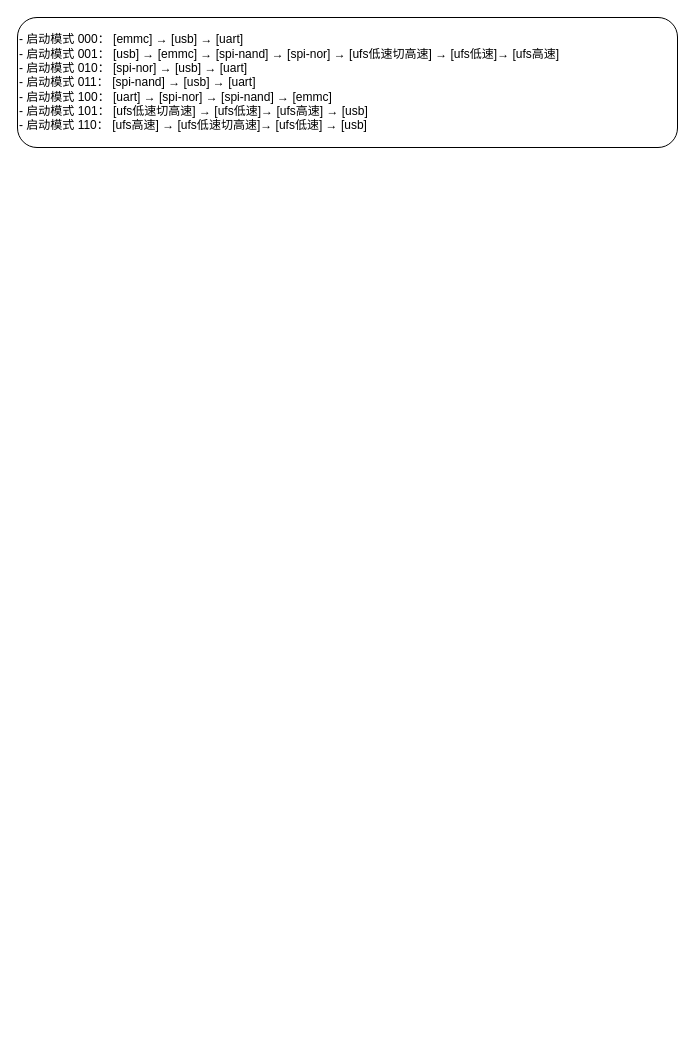
Above: page "第 1 页" (1 of 3) of UFS启动.drawio in wdhgit/drawio (draw.io), before the change. Source tidied: cells renumbered, new cells numbered last; positions are measured from the earlier drawing's top-left corner, leaving out a move shared by most shapes. Both pictures are drawn from the tidied source at 100%, with x=0, y=0 at pixel (17, 17).
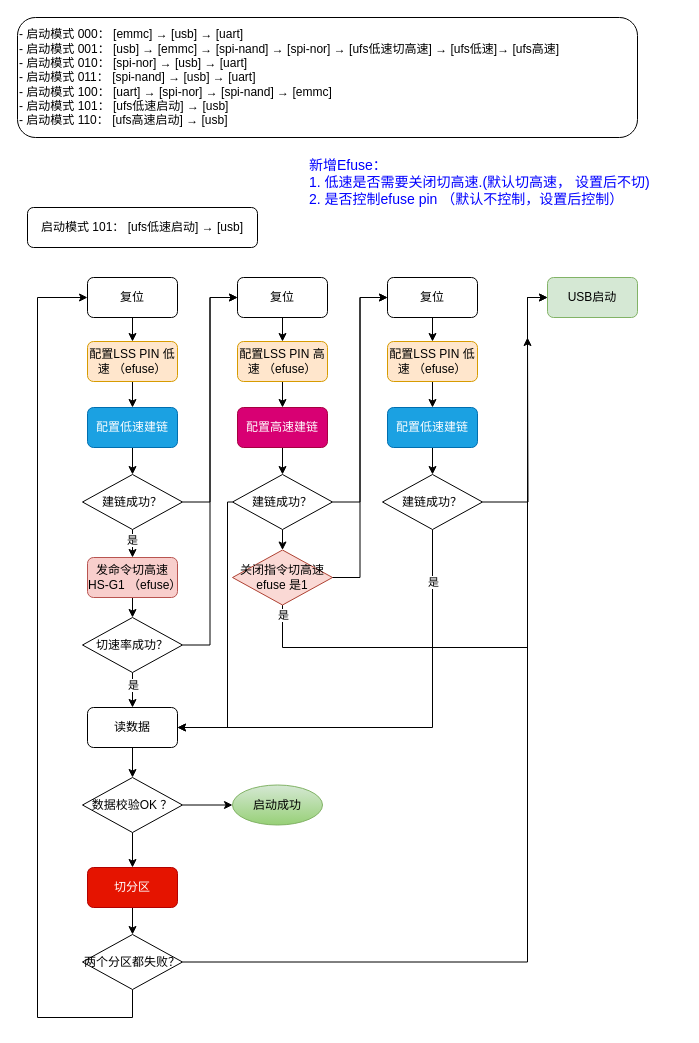
After the change.

The edit, as a diff of the source:
```diff
@@
-    <mxCell id="2" value="&lt;div&gt;-&amp;nbsp;&lt;span style=&quot;background-color: transparent; color: light-dark(rgb(0, 0, 0), rgb(255, 255, 255));&quot;&gt;启动模式&amp;nbsp;&lt;/span&gt;&lt;span style=&quot;background-color: transparent; color: light-dark(rgb(0, 0, 0), rgb(255, 255, 255));&quot;&gt;000： [emmc] → [usb] → [uart]&lt;/span&gt;&lt;/div&gt;&lt;div&gt;- 启动模式 001： [usb] → [emmc] → [spi-nand] → [spi-nor]&amp;nbsp;&lt;span style=&quot;background-color: transparent; color: light-dark(rgb(0, 0, 0), rgb(255, 255, 255));&quot;&gt;→ [ufs低速切高速]&amp;nbsp;&lt;/span&gt;&lt;span style=&quot;background-color: transparent; color: light-dark(rgb(0, 0, 0), rgb(255, 255, 255));&quot;&gt;→ [ufs&lt;/span&gt;低&lt;span style=&quot;background-color: transparent; color: light-dark(rgb(0, 0, 0), rgb(255, 255, 255));&quot;&gt;速]&lt;/span&gt;&lt;span style=&quot;background-color: transparent; color: light-dark(rgb(0, 0, 0), rgb(255, 255, 255));&quot;&gt;→ [ufs高速]&lt;/span&gt;&lt;span style=&quot;background-color: transparent; color: light-dark(rgb(0, 0, 0), rgb(255, 255, 255));&quot;&gt;&amp;nbsp;&lt;/span&gt;&lt;/div&gt;&lt;div&gt;- 启动模式 010： [spi-nor] → [usb] → [uart]&lt;/div&gt;&lt;div&gt;- 启动模式 011： [spi-nand] → [usb] → [uart]&lt;/div&gt;&lt;div&gt;- 启动模式 100： [uart] → [spi-nor] → [spi-nand] → [emmc]&lt;/div&gt;&lt;div&gt;- 启动模式 101： [ufs低速切高速] &lt;span style=&quot;background-color: transparent; color: light-dark(rgb(0, 0, 0), rgb(255, 255, 255));&quot;&gt;→ [ufs&lt;/span&gt;低&lt;span style=&quot;background-color: transparent; color: light-dark(rgb(0, 0, 0), rgb(255, 255, 255));&quot;&gt;速]&lt;/span&gt;&lt;span style=&quot;background-color: transparent; color: light-dark(rgb(0, 0, 0), rgb(255, 255, 255));&quot;&gt;→ [ufs高速]&amp;nbsp;&lt;/span&gt;&lt;span style=&quot;background-color: transparent; color: light-dark(rgb(0, 0, 0), rgb(255, 255, 255));&quot;&gt;→&amp;nbsp;&lt;/span&gt;&lt;span style=&quot;background-color: transparent; color: light-dark(rgb(0, 0, 0), rgb(255, 255, 255));&quot;&gt;[usb]&lt;/span&gt;&lt;/div&gt;&lt;div&gt;- 启动模式 110：&amp;nbsp;&lt;span style=&quot;background-color: transparent; color: light-dark(rgb(0, 0, 0), rgb(255, 255, 255));&quot;&gt;[ufs高速]&lt;/span&gt;&lt;span style=&quot;background-color: transparent; color: light-dark(rgb(0, 0, 0), rgb(255, 255, 255));&quot;&gt; &lt;/span&gt;&lt;span style=&quot;background-color: transparent; color: light-dark(rgb(0, 0, 0), rgb(255, 255, 255));&quot;&gt;→ [ufs&lt;/span&gt;低&lt;span style=&quot;background-color: transparent; color: light-dark(rgb(0, 0, 0), rgb(255, 255, 255));&quot;&gt;速切高速]&lt;/span&gt;&lt;span style=&quot;background-color: transparent; color: light-dark(rgb(0, 0, 0), rgb(255, 255, 255));&quot;&gt;→ [ufs&lt;/span&gt;低&lt;span style=&quot;background-color: transparent; color: light-dark(rgb(0, 0, 0), rgb(255, 255, 255));&quot;&gt;速] &lt;/span&gt;&lt;span style=&quot;background-color: transparent; color: light-dark(rgb(0, 0, 0), rgb(255, 255, 255));&quot;&gt;→ &lt;/span&gt;&lt;span style=&quot;background-color: transparent; color: light-dark(rgb(0, 0, 0), rgb(255, 255, 255));&quot;&gt;[usb]&lt;/span&gt;&lt;/div&gt;" style="rounded=1;whiteSpace=wrap;html=1;align=left;" parent="1" vertex="1">
-      <mxGeometry width="660" height="130" as="geometry" />
+    <mxCell id="2" value="&lt;div&gt;-&amp;nbsp;&lt;span style=&quot;background-color: transparent; color: light-dark(rgb(0, 0, 0), rgb(255, 255, 255));&quot;&gt;启动模式&amp;nbsp;&lt;/span&gt;&lt;span style=&quot;background-color: transparent; color: light-dark(rgb(0, 0, 0), rgb(255, 255, 255));&quot;&gt;000： [emmc] → [usb] → [uart]&lt;/span&gt;&lt;/div&gt;&lt;div&gt;- 启动模式 001： [usb] → [emmc] → [spi-nand] → [spi-nor]&amp;nbsp;&lt;span style=&quot;background-color: transparent; color: light-dark(rgb(0, 0, 0), rgb(255, 255, 255));&quot;&gt;→ [ufs低速切高速]&amp;nbsp;&lt;/span&gt;&lt;span style=&quot;background-color: transparent; color: light-dark(rgb(0, 0, 0), rgb(255, 255, 255));&quot;&gt;→ [ufs&lt;/span&gt;低&lt;span style=&quot;background-color: transparent; color: light-dark(rgb(0, 0, 0), rgb(255, 255, 255));&quot;&gt;速]&lt;/span&gt;&lt;span style=&quot;background-color: transparent; color: light-dark(rgb(0, 0, 0), rgb(255, 255, 255));&quot;&gt;→ [ufs高速]&lt;/span&gt;&lt;span style=&quot;background-color: transparent; color: light-dark(rgb(0, 0, 0), rgb(255, 255, 255));&quot;&gt;&amp;nbsp;&lt;/span&gt;&lt;/div&gt;&lt;div&gt;- 启动模式 010： [spi-nor] → [usb] → [uart]&lt;/div&gt;&lt;div&gt;- 启动模式 011： [spi-nand] → [usb] → [uart]&lt;/div&gt;&lt;div&gt;- 启动模式 100： [uart] → [spi-nor] → [spi-nand] → [emmc]&lt;/div&gt;&lt;div&gt;- 启动模式 101： [ufs低速启动] &lt;span style=&quot;background-color: transparent; color: light-dark(rgb(0, 0, 0), rgb(255, 255, 255));&quot;&gt;→&amp;nbsp;&lt;/span&gt;&lt;span style=&quot;background-color: transparent; color: light-dark(rgb(0, 0, 0), rgb(255, 255, 255));&quot;&gt;[usb]&lt;/span&gt;&lt;/div&gt;&lt;div&gt;- 启动模式 110：&amp;nbsp;&lt;span style=&quot;background-color: transparent; color: light-dark(rgb(0, 0, 0), rgb(255, 255, 255));&quot;&gt;[ufs高速启动]&lt;/span&gt;&lt;span style=&quot;background-color: transparent; color: light-dark(rgb(0, 0, 0), rgb(255, 255, 255));&quot;&gt; &lt;/span&gt;&lt;span style=&quot;background-color: transparent; color: light-dark(rgb(0, 0, 0), rgb(255, 255, 255));&quot;&gt;→ &lt;/span&gt;&lt;span style=&quot;background-color: transparent; color: light-dark(rgb(0, 0, 0), rgb(255, 255, 255));&quot;&gt;[usb]&lt;/span&gt;&lt;/div&gt;" style="rounded=1;whiteSpace=wrap;html=1;align=left;" parent="1" vertex="1">
+      <mxGeometry width="620" height="120" as="geometry" />
     </mxCell>
+    <mxCell id="3" value="新增Efuse：&lt;div&gt;1. 低速是否需要关闭切高速.(默认切高速， 设置后不切)&lt;/div&gt;&lt;div&gt;2. 是否控制efuse pin （默认不控制，设置后控制）&lt;/div&gt;" style="text;html=1;whiteSpace=wrap;strokeColor=none;fillColor=none;align=left;verticalAlign=middle;rounded=0;fontColor=#0000FF;fontSize=14;" parent="1" vertex="1">
+      <mxGeometry x="290" y="140" width="374" height="50" as="geometry" />
+    </mxCell>
+    <mxCell id="4" style="edgeStyle=orthogonalEdgeStyle;rounded=0;jettySize=auto;html=1;exitX=0.5;exitY=1;exitDx=0;exitDy=0;entryX=0.5;entryY=0;entryDx=0;entryDy=0;" parent="1" edge="1" source="5" target="9">
+      <mxGeometry relative="1" as="geometry" />
+    </mxCell>
+    <mxCell id="5" value="复位" style="rounded=1;whiteSpace=wrap;html=1;" parent="1" vertex="1">
+      <mxGeometry x="70" y="260" width="90" height="40" as="geometry" />
+    </mxCell>
+    <mxCell id="6" style="edgeStyle=orthogonalEdgeStyle;rounded=0;jettySize=auto;html=1;exitX=0.5;exitY=1;exitDx=0;exitDy=0;entryX=0.5;entryY=0;entryDx=0;entryDy=0;" parent="1" edge="1" source="7" target="15">
+      <mxGeometry relative="1" as="geometry" />
+    </mxCell>
+    <mxCell id="7" value="配置低速建链" style="rounded=1;whiteSpace=wrap;html=1;fillColor=#1ba1e2;fontColor=#ffffff;strokeColor=#006EAF;" parent="1" vertex="1">
+      <mxGeometry x="70" y="390" width="90" height="40" as="geometry" />
+    </mxCell>
+    <mxCell id="8" style="edgeStyle=orthogonalEdgeStyle;rounded=0;jettySize=auto;html=1;exitX=0.5;exitY=1;exitDx=0;exitDy=0;entryX=0.5;entryY=0;entryDx=0;entryDy=0;" parent="1" edge="1" source="9" target="7">
+      <mxGeometry relative="1" as="geometry" />
+    </mxCell>
+    <mxCell id="9" value="配置LSS PIN 低速 （efuse）" style="rounded=1;whiteSpace=wrap;html=1;fillColor=#ffe6cc;strokeColor=#d79b00;" parent="1" vertex="1">
+      <mxGeometry x="70" y="324" width="90" height="40" as="geometry" />
+    </mxCell>
+    <mxCell id="10" style="edgeStyle=orthogonalEdgeStyle;rounded=0;jettySize=auto;html=1;exitX=0.5;exitY=1;exitDx=0;exitDy=0;entryX=0.5;entryY=0;entryDx=0;entryDy=0;" parent="1" edge="1" source="11" target="26">
+      <mxGeometry relative="1" as="geometry" />
+    </mxCell>
+    <mxCell id="11" value="发命令切高速 HS-G1 （efuse）" style="rounded=1;whiteSpace=wrap;html=1;fillColor=#f8cecc;strokeColor=#b85450;" parent="1" vertex="1">
+      <mxGeometry x="70" y="540" width="90" height="40" as="geometry" />
+    </mxCell>
+    <mxCell id="12" style="edgeStyle=orthogonalEdgeStyle;rounded=0;jettySize=auto;html=1;exitX=0.5;exitY=1;exitDx=0;exitDy=0;" parent="1" edge="1" source="15" target="11">
+      <mxGeometry relative="1" as="geometry" />
+    </mxCell>
+    <mxCell id="13" value="是" style="edgeLabel;html=1;align=center;verticalAlign=middle;" parent="12" vertex="1">
+      <mxGeometry x="0.29" y="-1" relative="1" as="geometry" />
+    </mxCell>
+    <mxCell id="14" style="edgeStyle=orthogonalEdgeStyle;rounded=0;jettySize=auto;html=1;exitX=1;exitY=0.5;exitDx=0;exitDy=0;entryX=0;entryY=0.5;entryDx=0;entryDy=0;" parent="1" edge="1" source="15" target="18">
+      <mxGeometry relative="1" as="geometry" />
+    </mxCell>
+    <mxCell id="15" value="建链成功？" style="rhombus;whiteSpace=wrap;html=1;" parent="1" vertex="1">
+      <mxGeometry x="65" y="457" width="100" height="55" as="geometry" />
+    </mxCell>
+    <mxCell id="16" value="&lt;span style=&quot;text-align: left;&quot;&gt;启动模式 101： [ufs低速启动] &lt;/span&gt;&lt;span style=&quot;color: light-dark(rgb(0, 0, 0), rgb(255, 255, 255)); text-align: left; background-color: transparent;&quot;&gt;→ &lt;/span&gt;&lt;span style=&quot;color: light-dark(rgb(0, 0, 0), rgb(255, 255, 255)); text-align: left; background-color: transparent;&quot;&gt;[usb]&lt;/span&gt;" style="rounded=1;whiteSpace=wrap;html=1;" parent="1" vertex="1">
+      <mxGeometry x="10" y="190" width="230" height="40" as="geometry" />
+    </mxCell>
+    <mxCell id="17" style="edgeStyle=orthogonalEdgeStyle;rounded=0;jettySize=auto;html=1;exitX=0.5;exitY=1;exitDx=0;exitDy=0;entryX=0.5;entryY=0;entryDx=0;entryDy=0;" parent="1" edge="1" source="18" target="20">
+      <mxGeometry relative="1" as="geometry" />
+    </mxCell>
+    <mxCell id="18" value="复位" style="rounded=1;whiteSpace=wrap;html=1;" parent="1" vertex="1">
+      <mxGeometry x="220" y="260" width="90" height="40" as="geometry" />
+    </mxCell>
+    <mxCell id="19" style="edgeStyle=orthogonalEdgeStyle;rounded=0;jettySize=auto;html=1;exitX=0.5;exitY=1;exitDx=0;exitDy=0;entryX=0.5;entryY=0;entryDx=0;entryDy=0;" parent="1" edge="1" source="20" target="22">
+      <mxGeometry relative="1" as="geometry" />
+    </mxCell>
+    <mxCell id="20" value="配置LSS PIN 高速 （efuse）" style="rounded=1;whiteSpace=wrap;html=1;fillColor=#ffe6cc;strokeColor=#d79b00;" parent="1" vertex="1">
+      <mxGeometry x="220" y="324" width="90" height="40" as="geometry" />
+    </mxCell>
+    <mxCell id="21" style="edgeStyle=orthogonalEdgeStyle;rounded=0;jettySize=auto;html=1;exitX=0.5;exitY=1;exitDx=0;exitDy=0;entryX=0.5;entryY=0;entryDx=0;entryDy=0;" parent="1" edge="1" source="22" target="38">
+      <mxGeometry relative="1" as="geometry" />
+    </mxCell>
+    <mxCell id="22" value="配置高速建链" style="rounded=1;whiteSpace=wrap;html=1;fillColor=#d80073;fontColor=#ffffff;strokeColor=#A50040;" parent="1" vertex="1">
+      <mxGeometry x="220" y="390" width="90" height="40" as="geometry" />
+    </mxCell>
+    <mxCell id="23" style="edgeStyle=orthogonalEdgeStyle;rounded=0;jettySize=auto;html=1;exitX=0.5;exitY=1;exitDx=0;exitDy=0;entryX=0.5;entryY=0;entryDx=0;entryDy=0;" parent="1" edge="1" source="26" target="28">
+      <mxGeometry relative="1" as="geometry" />
+    </mxCell>
+    <mxCell id="24" value="是" style="edgeLabel;html=1;align=center;verticalAlign=middle;" parent="23" vertex="1">
+      <mxGeometry x="-0.33" relative="1" as="geometry" />
+    </mxCell>
+    <mxCell id="25" style="edgeStyle=orthogonalEdgeStyle;rounded=0;jettySize=auto;html=1;exitX=1;exitY=0.5;exitDx=0;exitDy=0;entryX=0;entryY=0.5;entryDx=0;entryDy=0;" parent="1" edge="1" source="26" target="18">
+      <mxGeometry relative="1" as="geometry" />
+    </mxCell>
+    <mxCell id="26" value="切速率成功？" style="rhombus;whiteSpace=wrap;html=1;" parent="1" vertex="1">
+      <mxGeometry x="65" y="600" width="100" height="55" as="geometry" />
+    </mxCell>
+    <mxCell id="27" style="edgeStyle=orthogonalEdgeStyle;rounded=0;jettySize=auto;html=1;exitX=0.5;exitY=1;exitDx=0;exitDy=0;entryX=0.5;entryY=0;entryDx=0;entryDy=0;" parent="1" edge="1" source="28" target="31">
+      <mxGeometry relative="1" as="geometry" />
+    </mxCell>
+    <mxCell id="28" value="读数据" style="rounded=1;whiteSpace=wrap;html=1;" parent="1" vertex="1">
+      <mxGeometry x="70" y="690" width="90" height="40" as="geometry" />
+    </mxCell>
+    <mxCell id="29" style="edgeStyle=orthogonalEdgeStyle;rounded=0;jettySize=auto;html=1;exitX=0.5;exitY=1;exitDx=0;exitDy=0;entryX=0.5;entryY=0;entryDx=0;entryDy=0;" parent="1" edge="1" source="31" target="34">
+      <mxGeometry relative="1" as="geometry" />
+    </mxCell>
+    <mxCell id="30" style="edgeStyle=orthogonalEdgeStyle;rounded=0;jettySize=auto;html=1;exitX=1;exitY=0.5;exitDx=0;exitDy=0;entryX=0;entryY=0.5;entryDx=0;entryDy=0;" parent="1" edge="1" source="31" target="52">
+      <mxGeometry relative="1" as="geometry" />
+    </mxCell>
+    <mxCell id="31" value="数据校验OK ？" style="rhombus;whiteSpace=wrap;html=1;" parent="1" vertex="1">
+      <mxGeometry x="65" y="760" width="100" height="55" as="geometry" />
+    </mxCell>
+    <mxCell id="32" style="edgeStyle=orthogonalEdgeStyle;rounded=0;jettySize=auto;html=1;exitX=0.5;exitY=1;exitDx=0;exitDy=0;entryX=0;entryY=0.5;entryDx=0;entryDy=0;" parent="1" edge="1" source="51" target="5">
+      <mxGeometry relative="1" as="geometry">
+        <Array as="points">
+          <mxPoint x="115" y="1000" />
+          <mxPoint x="20" y="1000" />
+          <mxPoint x="20" y="280" />
+        </Array>
+      </mxGeometry>
+    </mxCell>
+    <mxCell id="33" style="edgeStyle=orthogonalEdgeStyle;rounded=0;jettySize=auto;html=1;exitX=0.5;exitY=1;exitDx=0;exitDy=0;entryX=0.5;entryY=0;entryDx=0;entryDy=0;" parent="1" edge="1" source="34" target="51">
+      <mxGeometry relative="1" as="geometry" />
+    </mxCell>
+    <mxCell id="34" value="切分区" style="rounded=1;whiteSpace=wrap;html=1;fillColor=#e51400;fontColor=#ffffff;strokeColor=#B20000;" parent="1" vertex="1">
+      <mxGeometry x="70" y="850" width="90" height="40" as="geometry" />
+    </mxCell>
+    <mxCell id="35" style="edgeStyle=orthogonalEdgeStyle;rounded=0;jettySize=auto;html=1;exitX=1;exitY=0.5;exitDx=0;exitDy=0;entryX=0;entryY=0.5;entryDx=0;entryDy=0;" parent="1" edge="1" source="38" target="40">
+      <mxGeometry relative="1" as="geometry" />
+    </mxCell>
+    <mxCell id="36" style="edgeStyle=orthogonalEdgeStyle;rounded=0;jettySize=auto;html=1;exitX=0;exitY=0.5;exitDx=0;exitDy=0;" parent="1" edge="1" source="38">
+      <mxGeometry relative="1" as="geometry">
+        <mxPoint x="160" y="710" as="targetPoint" />
+        <Array as="points">
+          <mxPoint x="210" y="484" />
+          <mxPoint x="210" y="710" />
+        </Array>
+      </mxGeometry>
+    </mxCell>
+    <mxCell id="37" style="edgeStyle=orthogonalEdgeStyle;rounded=0;jettySize=auto;html=1;exitX=0.5;exitY=1;exitDx=0;exitDy=0;entryX=0.5;entryY=0;entryDx=0;entryDy=0;" parent="1" edge="1" source="38" target="55">
+      <mxGeometry relative="1" as="geometry" />
+    </mxCell>
+    <mxCell id="38" value="建链成功？" style="rhombus;whiteSpace=wrap;html=1;" parent="1" vertex="1">
+      <mxGeometry x="215" y="457" width="100" height="55" as="geometry" />
+    </mxCell>
+    <mxCell id="39" style="edgeStyle=orthogonalEdgeStyle;rounded=0;jettySize=auto;html=1;exitX=0.5;exitY=1;exitDx=0;exitDy=0;entryX=0.5;entryY=0;entryDx=0;entryDy=0;" parent="1" edge="1" source="40" target="42">
+      <mxGeometry relative="1" as="geometry" />
+    </mxCell>
+    <mxCell id="40" value="复位" style="rounded=1;whiteSpace=wrap;html=1;" parent="1" vertex="1">
+      <mxGeometry x="370" y="260" width="90" height="40" as="geometry" />
+    </mxCell>
+    <mxCell id="41" style="edgeStyle=orthogonalEdgeStyle;rounded=0;jettySize=auto;html=1;exitX=0.5;exitY=1;exitDx=0;exitDy=0;entryX=0.5;entryY=0;entryDx=0;entryDy=0;" parent="1" edge="1" source="42" target="44">
+      <mxGeometry relative="1" as="geometry" />
+    </mxCell>
+    <mxCell id="42" value="配置LSS PIN 低速 （efuse）" style="rounded=1;whiteSpace=wrap;html=1;fillColor=#ffe6cc;strokeColor=#d79b00;" parent="1" vertex="1">
+      <mxGeometry x="370" y="324" width="90" height="40" as="geometry" />
+    </mxCell>
+    <mxCell id="43" style="edgeStyle=orthogonalEdgeStyle;rounded=0;jettySize=auto;html=1;exitX=0.5;exitY=1;exitDx=0;exitDy=0;entryX=0.5;entryY=0;entryDx=0;entryDy=0;" parent="1" edge="1" source="44" target="48">
+      <mxGeometry relative="1" as="geometry" />
+    </mxCell>
+    <mxCell id="44" value="配置低速建链" style="rounded=1;whiteSpace=wrap;html=1;fillColor=#1ba1e2;fontColor=#ffffff;strokeColor=#006EAF;" parent="1" vertex="1">
+      <mxGeometry x="370" y="390" width="90" height="40" as="geometry" />
+    </mxCell>
+    <mxCell id="45" style="edgeStyle=orthogonalEdgeStyle;rounded=0;jettySize=auto;html=1;exitX=0.5;exitY=1;exitDx=0;exitDy=0;" parent="1" edge="1" source="48">
+      <mxGeometry relative="1" as="geometry">
+        <mxPoint x="160" y="710" as="targetPoint" />
+        <Array as="points">
+          <mxPoint x="415" y="710" />
+          <mxPoint x="160" y="710" />
+        </Array>
+      </mxGeometry>
+    </mxCell>
+    <mxCell id="46" value="是" style="edgeLabel;html=1;align=center;verticalAlign=middle;" parent="45" vertex="1">
+      <mxGeometry x="-0.77" relative="1" as="geometry" />
+    </mxCell>
+    <mxCell id="47" style="edgeStyle=orthogonalEdgeStyle;rounded=0;jettySize=auto;html=1;exitX=1;exitY=0.5;exitDx=0;exitDy=0;" parent="1" edge="1" source="48">
+      <mxGeometry relative="1" as="geometry">
+        <mxPoint x="510" y="320" as="targetPoint" />
+      </mxGeometry>
+    </mxCell>
+    <mxCell id="48" value="建链成功？" style="rhombus;whiteSpace=wrap;html=1;" parent="1" vertex="1">
+      <mxGeometry x="365" y="457" width="100" height="55" as="geometry" />
+    </mxCell>
+    <mxCell id="49" value="USB启动" style="rounded=1;whiteSpace=wrap;html=1;fillColor=#d5e8d4;strokeColor=#82b366;" parent="1" vertex="1">
+      <mxGeometry x="530" y="260" width="90" height="40" as="geometry" />
+    </mxCell>
+    <mxCell id="50" style="edgeStyle=orthogonalEdgeStyle;rounded=0;jettySize=auto;html=1;exitX=1;exitY=0.5;exitDx=0;exitDy=0;entryX=0;entryY=0.5;entryDx=0;entryDy=0;" parent="1" edge="1" source="51" target="49">
+      <mxGeometry relative="1" as="geometry">
+        <Array as="points">
+          <mxPoint x="510" y="945" />
+          <mxPoint x="510" y="280" />
+        </Array>
+      </mxGeometry>
+    </mxCell>
+    <mxCell id="51" value="两个分区都失败？" style="rhombus;whiteSpace=wrap;html=1;" parent="1" vertex="1">
+      <mxGeometry x="65" y="917" width="100" height="55" as="geometry" />
+    </mxCell>
+    <mxCell id="52" value="启动成功" style="ellipse;whiteSpace=wrap;html=1;fillColor=#d5e8d4;gradientColor=#97d077;strokeColor=#82b366;" parent="1" vertex="1">
+      <mxGeometry x="215" y="767.5" width="90" height="40" as="geometry" />
+    </mxCell>
+    <mxCell id="53" style="edgeStyle=orthogonalEdgeStyle;rounded=0;jettySize=auto;html=1;exitX=0.5;exitY=1;exitDx=0;exitDy=0;entryX=0;entryY=0.5;entryDx=0;entryDy=0;" parent="1" edge="1" source="55" target="49">
+      <mxGeometry relative="1" as="geometry">
+        <Array as="points">
+          <mxPoint x="265" y="630" />
+          <mxPoint x="510" y="630" />
+          <mxPoint x="510" y="280" />
+        </Array>
+      </mxGeometry>
+    </mxCell>
+    <mxCell id="54" value="是" style="edgeLabel;html=1;align=center;verticalAlign=middle;" parent="53" vertex="1">
+      <mxGeometry x="-0.97" relative="1" as="geometry" />
+    </mxCell>
+    <mxCell id="55" value="关闭指令切高速&lt;div&gt;efuse 是1&lt;/div&gt;" style="rhombus;whiteSpace=wrap;html=1;fillColor=#fad9d5;strokeColor=#ae4132;" parent="1" vertex="1">
+      <mxGeometry x="215" y="532.5" width="100" height="55" as="geometry" />
+    </mxCell>
+    <mxCell id="56" style="edgeStyle=orthogonalEdgeStyle;rounded=0;jettySize=auto;html=1;exitX=1;exitY=0.5;exitDx=0;exitDy=0;entryX=0;entryY=0.5;entryDx=0;entryDy=0;" parent="1" edge="1" source="55" target="40">
+      <mxGeometry relative="1" as="geometry" />
+    </mxCell>
```
